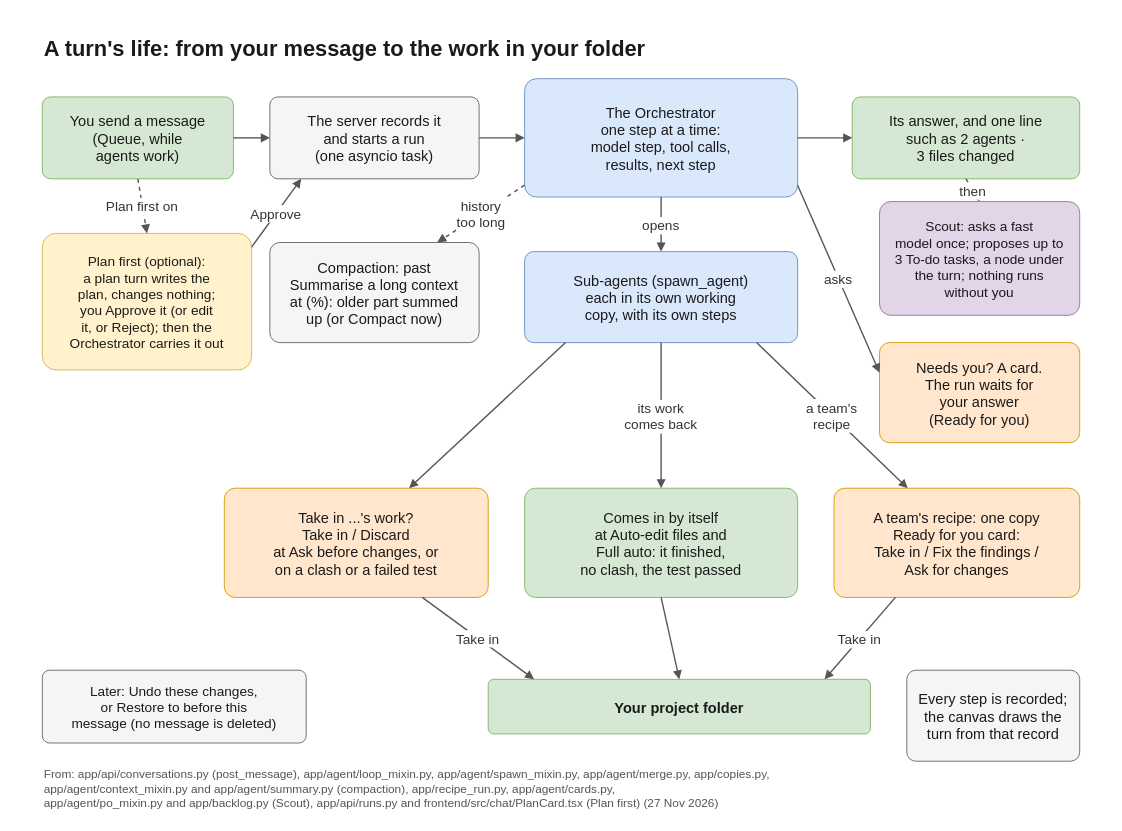
Above: docs/diagrams/turn.drawio in flyingriverhorse/Koloni (draw.io), before the change. Source tidied: cells renumbered, new cells numbered last; positions are measured from the earlier drawing's top-left corner, leaving out a move shared by most shapes. Both pictures are drawn from the tidied source at 91%, with x=0, y=0 at pixel (15, 15).
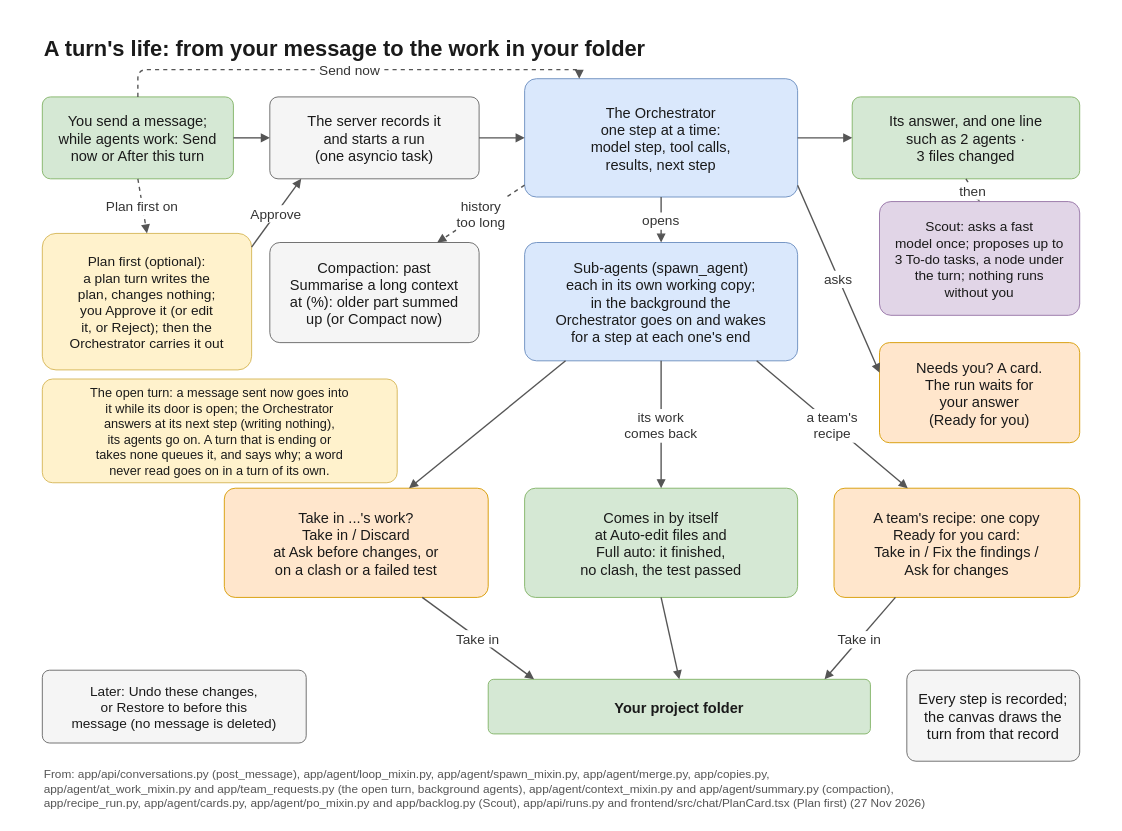
The same page after the edit.

Unchanged cells that the change refers to:
```xml
<mxCell id="6" value="The Orchestrator&#10;one step at a time:&#10;model step, tool calls,&#10;results, next step" style="rounded=1;arcSize=10;fillColor=#dae8fc;strokeColor=#6c8ebf;fontFamily=Helvetica;fontColor=#1a1a1a;fontSize=16;spacing=6;" parent="1" vertex="1">
  <mxGeometry x="560" y="70" width="300" height="130" as="geometry" />
</mxCell>
```

The edit, as a diff of the source:
```diff
@@
-    <mxCell id="4" value="You send a message&#10;(Queue, while&#10;agents work)" style="rounded=1;arcSize=10;fillColor=#d5e8d4;strokeColor=#82b366;fontFamily=Helvetica;fontColor=#1a1a1a;fontSize=16;spacing=6;" parent="1" vertex="1">
+    <mxCell id="4" value="You send a message;&#10;while agents work: Send&#10;now or After this turn" style="rounded=1;arcSize=10;fillColor=#d5e8d4;strokeColor=#82b366;fontFamily=Helvetica;fontColor=#1a1a1a;fontSize=16;spacing=6;" parent="1" vertex="1">
       <mxGeometry x="30" y="90" width="210" height="90" as="geometry" />
     </mxCell>
@@
-    <mxCell id="10" value="Sub-agents (spawn_agent)&#10;each in its own working&#10;copy, with its own steps" style="rounded=1;arcSize=10;fillColor=#dae8fc;strokeColor=#6c8ebf;fontFamily=Helvetica;fontColor=#1a1a1a;fontSize=16;spacing=6;" parent="1" vertex="1">
-      <mxGeometry x="560" y="260" width="300" height="100" as="geometry" />
+    <mxCell id="10" value="Sub-agents (spawn_agent)&#10;each in its own working copy;&#10;in the background the&#10;Orchestrator goes on and wakes&#10;for a step at each one's end" style="rounded=1;arcSize=10;fillColor=#dae8fc;strokeColor=#6c8ebf;fontFamily=Helvetica;fontColor=#1a1a1a;fontSize=16;spacing=6;" parent="1" vertex="1">
+      <mxGeometry x="560" y="250" width="300" height="130" as="geometry" />
     </mxCell>
@@
+    <mxCell id="35" value="The open turn: a message sent now goes into&#10;it while its door is open; the Orchestrator&#10;answers at its next step (writing nothing),&#10;its agents go on. A turn that is ending or&#10;takes none queues it, and says why; a word&#10;never read goes on in a turn of its own." style="rounded=1;arcSize=10;fillColor=#fff2cc;strokeColor=#d6b656;fontFamily=Helvetica;fontColor=#1a1a1a;fontSize=14;spacing=6;" parent="1" vertex="1">
+      <mxGeometry x="30" y="400" width="390" height="114" as="geometry" />
+    </mxCell>
+    <mxCell id="36" value="Send now" style="endArrow=block;endFill=1;strokeColor=#555555;strokeWidth=1.5;fontFamily=Helvetica;fontSize=15;fontColor=#333333;labelBackgroundColor=#ffffff;dashed=1;edgeStyle=orthogonalEdgeStyle;exitX=0.5;exitY=0;entryX=0.2;entryY=0;" parent="1" edge="1" source="4" target="6">
+      <mxGeometry relative="1" as="geometry">
+        <Array as="points">
+          <mxPoint x="135" y="60" />
+          <mxPoint x="620" y="60" />
+        </Array>
+      </mxGeometry>
+    </mxCell>
@@
-    <mxCell id="34" value="From: app/api/conversations.py (post_message), app/agent/loop_mixin.py, app/agent/spawn_mixin.py, app/agent/merge.py, app/copies.py,&#10;app/agent/context_mixin.py and app/agent/summary.py (compaction), app/recipe_run.py, app/agent/cards.py,&#10;app/agent/po_mixin.py and app/backlog.py (Scout), app/api/runs.py and frontend/src/chat/PlanCard.tsx (Plan first) (27 Nov 2026)" style="text;strokeColor=none;fillColor=none;fontFamily=Helvetica;fontColor=#555555;fontSize=13;align=left;verticalAlign=top;" parent="1" vertex="1">
+    <mxCell id="34" value="From: app/api/conversations.py (post_message), app/agent/loop_mixin.py, app/agent/spawn_mixin.py, app/agent/merge.py, app/copies.py,&#10;app/agent/at_work_mixin.py and app/team_requests.py (the open turn, background agents), app/agent/context_mixin.py and app/agent/summary.py (compaction),&#10;app/recipe_run.py, app/agent/cards.py, app/agent/po_mixin.py and app/backlog.py (Scout), app/api/runs.py and frontend/src/chat/PlanCard.tsx (Plan first) (27 Nov 2026)" style="text;strokeColor=none;fillColor=none;fontFamily=Helvetica;fontColor=#555555;fontSize=13;align=left;verticalAlign=top;" parent="1" vertex="1">
       <mxGeometry x="30" y="820" width="1140" height="60" as="geometry" />
     </mxCell>
```
